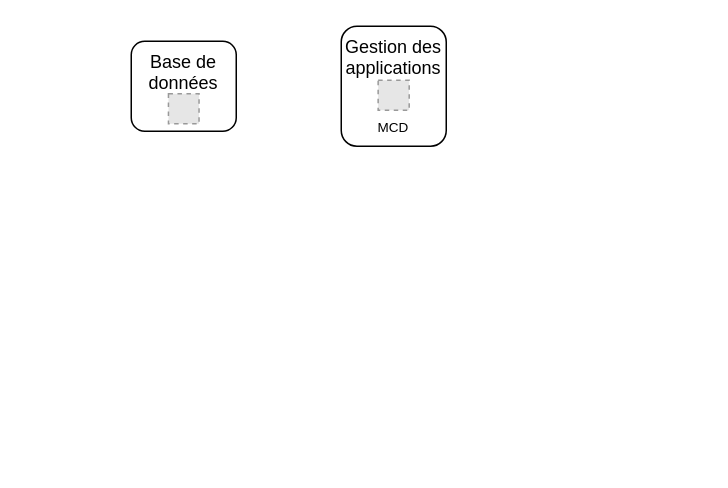
Above: Diagramme sans nom.drawio in eprouteau/perigeo (draw.io), before the change. Source tidied: cells renumbered, new cells numbered last; positions are measured from the earlier drawing's top-left corner, leaving out a move shared by most shapes. Both pictures are drawn from the tidied source at 150%, with x=0, y=0 at pixel (130, 26). Pictures stored in the file or linked from it are replaced by grey dashed boxes.
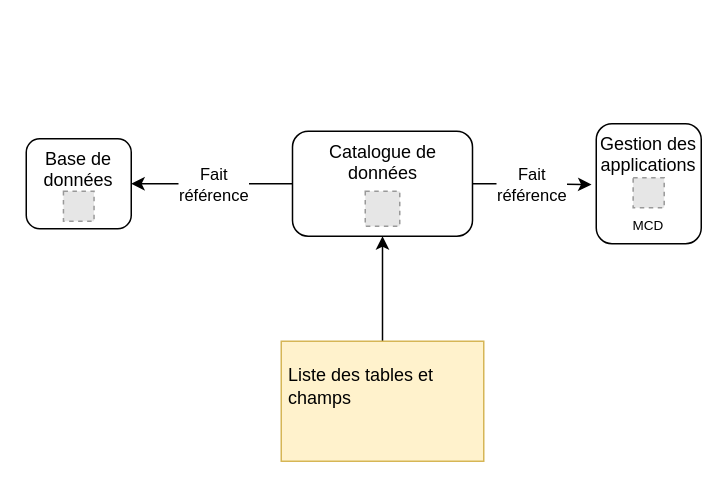
The same diagram, later.

Commit message:
Mettre à jour Diagramme sans nom.drawio

What changed in the source:
```diff
@@
 <mxGraphModel>
   <root>
     <mxCell id="0" />
     <mxCell id="1" parent="0" />
     <mxCell id="2" style="group;" parent="1" vertex="1">
-      <mxGeometry x="140" width="70" height="80" as="geometry" />
+      <mxGeometry x="310" y="65" width="70" height="80" as="geometry" />
     </mxCell>
     <mxCell id="3" value="Gestion des applications" style="rounded=1;whiteSpace=wrap;html=1;verticalAlign=top;" parent="2" vertex="1">
       <mxGeometry width="70" height="80" as="geometry" />
     </mxCell>
     <mxCell id="4" style="edgeStyle=orthogonalEdgeStyle;rounded=0;orthogonalLoop=1;jettySize=auto;html=1;exitX=0.5;exitY=1;exitDx=0;exitDy=0;" parent="2" edge="1" source="3" target="3">
       <mxGeometry relative="1" as="geometry" />
     </mxCell>
     <mxCell id="5" value="MCD" style="fillColor=#E6E6E6;strokeColor=#999999;dashed=1;verticalLabelPosition=bottom;labelBackgroundColor=default;verticalAlign=top;fontSize=9;" parent="2" vertex="1">
       <mxGeometry x="24.6" y="36" width="20.7" height="20" as="geometry" />
     </mxCell>
     <mxCell id="6" style="group;" parent="1" vertex="1">
-      <mxGeometry y="10" width="70" height="60" as="geometry" />
+      <mxGeometry x="-70" y="75" width="70" height="60" as="geometry" />
     </mxCell>
     <mxCell id="7" value="Base de données" style="rounded=1;whiteSpace=wrap;html=1;verticalAlign=top;" parent="6" vertex="1">
       <mxGeometry width="70" height="60" as="geometry" />
     </mxCell>
     <mxCell id="8" style="fillColor=#E6E6E6;strokeColor=#999999;dashed=1;verticalLabelPosition=bottom;labelBackgroundColor=default;verticalAlign=top;" parent="6" vertex="1">
       <mxGeometry x="24.8" y="35" width="20.4" height="20" as="geometry" />
     </mxCell>
+    <mxCell id="9" style="edgeStyle=orthogonalEdgeStyle;rounded=0;jettySize=auto;html=1;entryX=1;entryY=0.5;entryDx=0;entryDy=0;" parent="1" edge="1" source="14" target="7">
+      <mxGeometry relative="1" as="geometry" />
+    </mxCell>
+    <mxCell id="10" value="Fait&lt;br&gt;référence" style="edgeLabel;html=1;align=center;verticalAlign=middle;" parent="9" vertex="1">
+      <mxGeometry x="-0.02" relative="1" as="geometry" />
+    </mxCell>
+    <mxCell id="11" style="edgeStyle=orthogonalEdgeStyle;rounded=0;jettySize=auto;html=1;entryX=0.5;entryY=1;entryDx=0;entryDy=0;" parent="1" edge="1" source="12" target="14">
+      <mxGeometry relative="1" as="geometry" />
+    </mxCell>
+    <mxCell id="12" value="Liste des tables et champs" style="text;html=1;strokeColor=#d6b656;fillColor=#fff2cc;spacing=5;spacingTop=-20;whiteSpace=wrap;overflow=hidden;rounded=0;verticalAlign=middle;" parent="1" vertex="1">
+      <mxGeometry x="100" y="210" width="135" height="80" as="geometry" />
+    </mxCell>
+    <mxCell id="13" style="group;" parent="1" vertex="1">
+      <mxGeometry x="107.5" y="70" width="120" height="70" as="geometry" />
+    </mxCell>
+    <mxCell id="14" value="Catalogue de données" style="rounded=1;whiteSpace=wrap;html=1;verticalAlign=top;" parent="13" vertex="1">
+      <mxGeometry width="120" height="70" as="geometry" />
+    </mxCell>
+    <mxCell id="15" style="fillColor=#E6E6E6;strokeColor=#999999;dashed=1;verticalLabelPosition=bottom;labelBackgroundColor=default;verticalAlign=top;" parent="13" vertex="1">
+      <mxGeometry x="48.5" y="40" width="23" height="23.4" as="geometry" />
+    </mxCell>
+    <mxCell id="16" style="edgeStyle=orthogonalEdgeStyle;rounded=0;jettySize=auto;html=1;entryX=-0.045;entryY=0.507;entryDx=0;entryDy=0;exitX=1;exitY=0.5;exitDx=0;exitDy=0;entryPerimeter=0;" parent="1" edge="1" source="14" target="3">
+      <mxGeometry relative="1" as="geometry" />
+    </mxCell>
+    <mxCell id="17" value="Fait&lt;br&gt;référence" style="edgeLabel;html=1;align=center;verticalAlign=middle;" parent="16" vertex="1">
+      <mxGeometry x="-0.02" relative="1" as="geometry" />
+    </mxCell>
   </root>
 </mxGraphModel>
```
